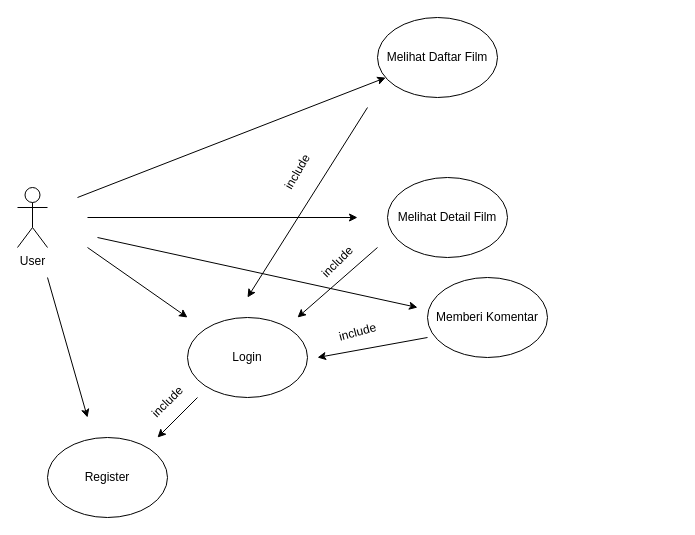
Earlier version of the draw.io diagram Usecase Mobile.drawio (juanangelaalma/kelompok3_flutter). Source tidied: cells renumbered, new cells numbered last; positions are measured from the earlier drawing's top-left corner, leaving out a move shared by most shapes. Both pictures are drawn from the tidied source at 100%, with x=0, y=0 at pixel (17, 17).
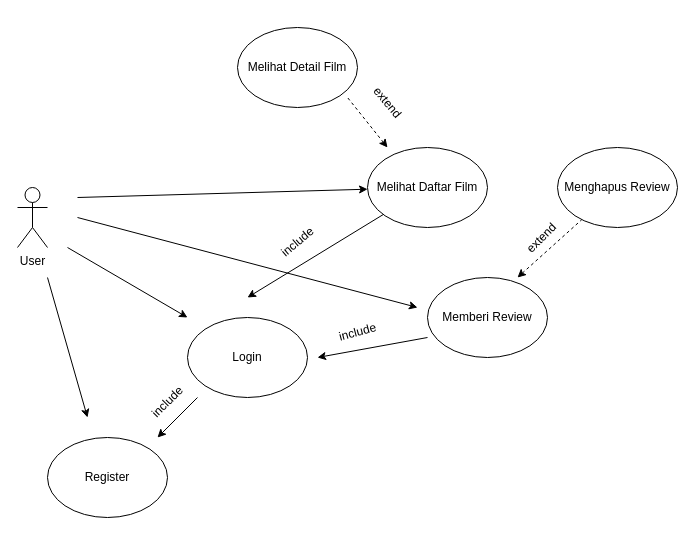
The same diagram, later.

Diff of the diagram source:
```diff
@@
     <mxCell id="5" value="Melihat Daftar Film" style="ellipse;whiteSpace=wrap;html=1;" parent="1" vertex="1">
-      <mxGeometry x="360" width="120" height="80" as="geometry" />
+      <mxGeometry x="350" y="130" width="120" height="80" as="geometry" />
     </mxCell>
     <mxCell id="6" value="Melihat Detail Film" style="ellipse;whiteSpace=wrap;html=1;" parent="1" vertex="1">
-      <mxGeometry x="370" y="160" width="120" height="80" as="geometry" />
+      <mxGeometry x="220" y="10" width="120" height="80" as="geometry" />
     </mxCell>
-    <mxCell id="7" value="Memberi Komentar" style="ellipse;whiteSpace=wrap;html=1;" parent="1" vertex="1">
+    <mxCell id="7" value="Memberi Review" style="ellipse;whiteSpace=wrap;html=1;" parent="1" vertex="1">
       <mxGeometry x="410" y="260" width="120" height="80" as="geometry" />
     </mxCell>
@@
-    <mxCell id="9" style="endArrow=classic;html=1;rounded=0;" parent="1" edge="1">
-      <mxGeometry relative="1" as="geometry">
-        <mxPoint x="70" y="200" as="sourcePoint" />
-        <mxPoint x="340" y="200" as="targetPoint" />
-      </mxGeometry>
-    </mxCell>
     <mxCell id="10" style="endArrow=classic;html=1;rounded=0;" parent="1" edge="1">
       <mxGeometry relative="1" as="geometry">
-        <mxPoint x="70" y="230" as="sourcePoint" />
+        <mxPoint x="50" y="230" as="sourcePoint" />
         <mxPoint x="170" y="300" as="targetPoint" />
       </mxGeometry>
     </mxCell>
     <mxCell id="11" style="endArrow=classic;html=1;rounded=0;" parent="1" edge="1">
       <mxGeometry relative="1" as="geometry">
-        <mxPoint x="80" y="220" as="sourcePoint" />
+        <mxPoint x="60" y="200" as="sourcePoint" />
         <mxPoint x="400" y="290" as="targetPoint" />
       </mxGeometry>
     </mxCell>
@@
-    <mxCell id="13" style="endArrow=classic;html=1;rounded=0;" parent="1" edge="1">
+    <mxCell id="13" style="endArrow=classic;html=1;rounded=0;" parent="1" edge="1" source="5">
       <mxGeometry relative="1" as="geometry">
-        <mxPoint x="350" y="90" as="sourcePoint" />
         <mxPoint x="230" y="280" as="targetPoint" />
       </mxGeometry>
     </mxCell>
-    <mxCell id="14" style="endArrow=classic;html=1;rounded=0;" parent="1" edge="1">
+    <mxCell id="14" style="endArrow=none;html=1;rounded=0;dashed=1;endFill=0;startArrow=classic;startFill=1;" parent="1" edge="1">
       <mxGeometry relative="1" as="geometry">
-        <mxPoint x="360" y="230" as="sourcePoint" />
-        <mxPoint x="280" y="300" as="targetPoint" />
+        <mxPoint x="370" y="130" as="sourcePoint" />
+        <mxPoint x="330" y="80" as="targetPoint" />
       </mxGeometry>
     </mxCell>
@@
-    <mxCell id="16" value="include" style="text;html=1;align=center;verticalAlign=middle;fillColor=none;strokeColor=none;rounded=0;rotation=-60;" parent="1" vertex="1">
-      <mxGeometry x="250" y="140" width="60" height="30" as="geometry" />
+    <mxCell id="16" value="include" style="text;html=1;align=center;verticalAlign=middle;fillColor=none;strokeColor=none;rounded=0;rotation=-40;" parent="1" vertex="1">
+      <mxGeometry x="250" y="210" width="60" height="30" as="geometry" />
     </mxCell>
-    <mxCell id="17" value="include" style="text;html=1;align=center;verticalAlign=middle;fillColor=none;strokeColor=none;rounded=0;rotation=-45;" parent="1" vertex="1">
-      <mxGeometry x="290" y="230" width="60" height="30" as="geometry" />
+    <mxCell id="17" value="extend" style="text;html=1;align=center;verticalAlign=middle;fillColor=none;strokeColor=none;rounded=0;rotation=50;" parent="1" vertex="1">
+      <mxGeometry x="340" y="70" width="60" height="30" as="geometry" />
     </mxCell>
@@
+    <mxCell id="21" value="Menghapus Review" style="ellipse;whiteSpace=wrap;html=1;" parent="1" vertex="1">
+      <mxGeometry x="540" y="130" width="120" height="80" as="geometry" />
+    </mxCell>
+    <mxCell id="22" style="endArrow=none;html=1;rounded=0;dashed=1;endFill=0;startArrow=classic;startFill=1;" parent="1" edge="1" target="21">
+      <mxGeometry relative="1" as="geometry">
+        <mxPoint x="500" y="260" as="sourcePoint" />
+      </mxGeometry>
+    </mxCell>
+    <mxCell id="23" value="extend" style="text;html=1;align=center;verticalAlign=middle;fillColor=none;strokeColor=none;rounded=0;rotation=-45;" parent="1" vertex="1">
+      <mxGeometry x="494" y="206" width="60" height="30" as="geometry" />
+    </mxCell>
```
